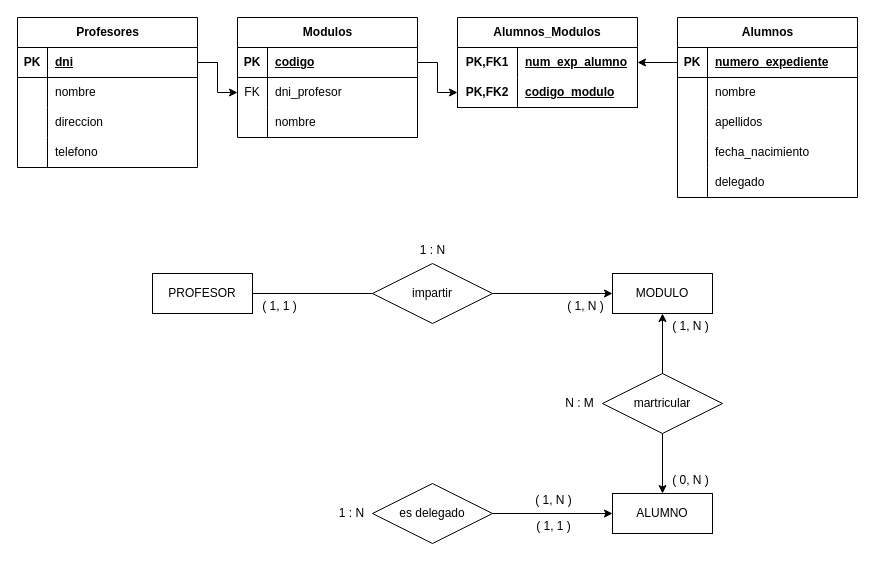
Before: CFGS/DAW/BAE/T3_Instituto/Diagrama.drawio in FJrodafo/University, a draw.io diagram. Source tidied: cells renumbered, new cells numbered last; positions are measured from the earlier drawing's top-left corner, leaving out a move shared by most shapes. Both pictures are drawn from the tidied source at 100%, with x=0, y=0 at pixel (17, 17).
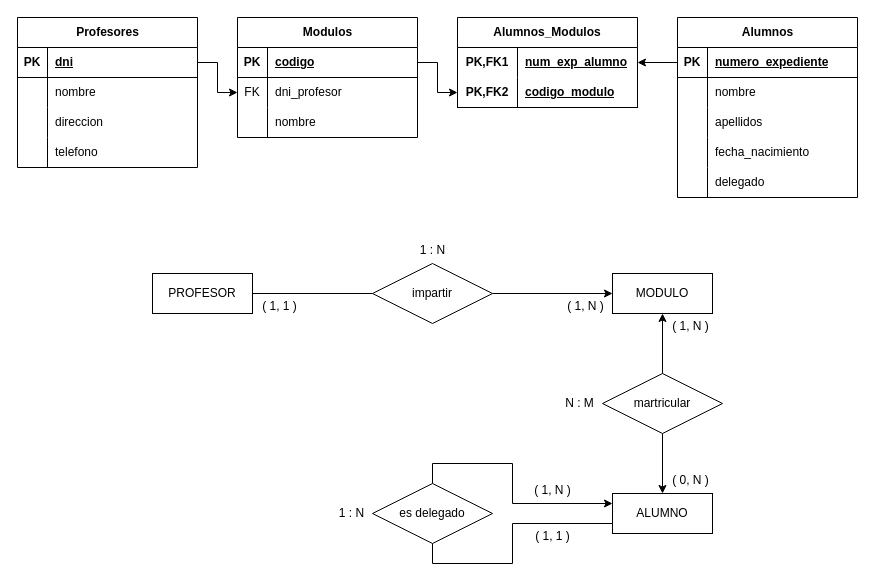
Above is the later version.

The change refers to these unchanged cells:
```xml
<mxCell id="29" value="ALUMNO" style="whiteSpace=wrap;html=1;align=center;" parent="1" vertex="1">
  <mxGeometry x="595" y="476" width="100" height="40" as="geometry" />
</mxCell>
<mxCell id="35" value="es delegado" style="shape=rhombus;perimeter=rhombusPerimeter;whiteSpace=wrap;html=1;align=center;" parent="1" vertex="1">
  <mxGeometry x="355" y="466" width="120" height="60" as="geometry" />
</mxCell>
```

What changed in the source:
```diff
@@
     <mxCell id="68" value="( 1, 1 )" style="text;html=1;align=center;verticalAlign=middle;strokeColor=none;fillColor=none;" parent="1" vertex="1">
-      <mxGeometry x="509" y="496" width="53" height="26" as="geometry" />
+      <mxGeometry x="508" y="506" width="53" height="26" as="geometry" />
     </mxCell>
     <mxCell id="69" value="( 1, N )" style="text;html=1;align=center;verticalAlign=middle;strokeColor=none;fillColor=none;" parent="1" vertex="1">
-      <mxGeometry x="508" y="470" width="55" height="26" as="geometry" />
+      <mxGeometry x="507" y="460" width="55" height="26" as="geometry" />
     </mxCell>
-    <mxCell id="70" style="endArrow=classic;html=1;rounded=0;exitX=1;exitY=0.5;exitDx=0;exitDy=0;entryX=0;entryY=0.5;entryDx=0;entryDy=0;" parent="1" edge="1" source="35" target="29">
-      <mxGeometry relative="1" as="geometry" />
-    </mxCell>
+    <mxCell id="71" style="endArrow=classic;html=1;rounded=0;exitX=0.5;exitY=0;exitDx=0;exitDy=0;entryX=0;entryY=0.25;entryDx=0;entryDy=0;" parent="1" edge="1" source="35" target="29">
+      <mxGeometry relative="1" as="geometry">
+        <Array as="points">
+          <mxPoint x="415" y="446" />
+          <mxPoint x="495" y="446" />
+          <mxPoint x="495" y="486" />
+        </Array>
+      </mxGeometry>
+    </mxCell>
+    <mxCell id="72" style="endArrow=none;html=1;rounded=0;exitX=0.5;exitY=1;exitDx=0;exitDy=0;entryX=0;entryY=0.75;entryDx=0;entryDy=0;" parent="1" edge="1" source="35" target="29">
+      <mxGeometry relative="1" as="geometry">
+        <Array as="points">
+          <mxPoint x="415" y="546" />
+          <mxPoint x="495" y="546" />
+          <mxPoint x="495" y="506" />
+        </Array>
+      </mxGeometry>
+    </mxCell>
```
